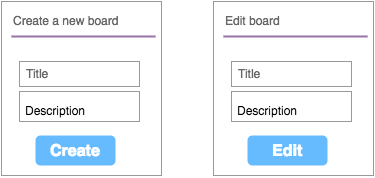
Above: docs/wireframes/05_create_edit_board.png in victorlin-houzz/fullstack-pinitt (draw.io), before the change. Source tidied: cells renumbered, new cells last; positions are measured from the earlier drawing's top-left corner, leaving out a move shared by most shapes.
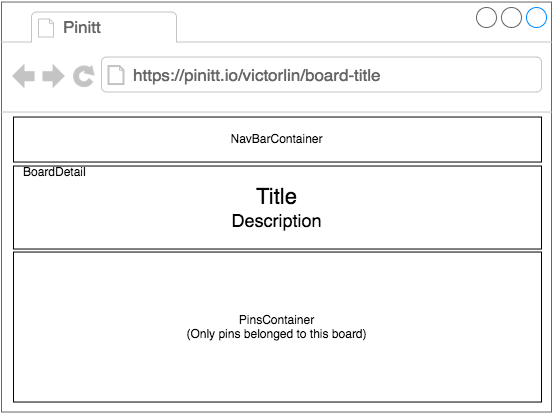
The same file after the commit.

Change to the diagram source:
```diff
@@ -2,123 +2,44 @@
   <root>
     <mxCell id="0" />
     <mxCell id="1" parent="0" />
-    <mxCell id="2" style="strokeWidth=1;shadow=0;dashed=0;align=center;html=1;shape=mxgraph.mockup.forms.rrect;rSize=0;strokeColor=#999999;fillColor=#ffffff;" parent="1" vertex="1">
-      <mxGeometry width="160" height="174" as="geometry" />
+    <mxCell id="2" style="strokeWidth=1;shadow=0;dashed=0;align=center;html=1;shape=mxgraph.mockup.containers.browserWindow;rSize=0;fillColor=#ffffff;strokeColor=#666666;mainText=,;" parent="1" vertex="1">
+      <mxGeometry x="-674" y="104.5" width="550" height="410" as="geometry" />
     </mxCell>
-    <mxCell id="3" style="strokeWidth=1;shadow=0;dashed=0;align=center;html=1;shape=mxgraph.mockup.forms.rrect;rSize=0;strokeColor=#999999;fontColor=#666666;align=left;spacingLeft=5;" parent="2" vertex="1">
-      <mxGeometry x="18" y="90" width="120" height="30" as="geometry">
-        <mxPoint x="18" y="60" as="offset" />
-      </mxGeometry>
+    <mxCell id="3" value="Pinitt" style="strokeWidth=1;shadow=0;dashed=0;align=center;html=1;shape=mxgraph.mockup.containers.anchor;fontSize=17;fontColor=#666666;align=left;" parent="2" vertex="1">
+      <mxGeometry x="60" y="12" width="110" height="26" as="geometry" />
     </mxCell>
-    <mxCell id="4" value="Create a new board" style="strokeWidth=1;shadow=0;dashed=0;align=center;html=1;shape=mxgraph.mockup.forms.anchor;fontSize=12;fontColor=#666666;align=left;spacingLeft=0;" parent="2" vertex="1">
-      <mxGeometry width="80" height="20" relative="1" as="geometry">
-        <mxPoint x="10" y="10" as="offset" />
-      </mxGeometry>
+    <mxCell id="4" value="https://pinitt.io/victorlin/board-title" style="strokeWidth=1;shadow=0;dashed=0;align=center;html=1;shape=mxgraph.mockup.containers.anchor;rSize=0;fontSize=17;fontColor=#666666;align=left;" parent="2" vertex="1">
+      <mxGeometry x="130" y="60" width="250" height="26" as="geometry" />
     </mxCell>
-    <mxCell id="5" style="shape=line;strokeWidth=2;html=1;plain-purple;" parent="2" vertex="1">
-      <mxGeometry width="144" height="10" relative="1" as="geometry">
-        <mxPoint x="10" y="30" as="offset" />
-      </mxGeometry>
+    <mxCell id="5" value="NavBarContainer" style="whiteSpace=wrap;html=1;" parent="2" vertex="1">
+      <mxGeometry x="12" y="115" width="528" height="45" as="geometry" />
     </mxCell>
-    <mxCell id="6" value="Title" style="strokeWidth=1;shadow=0;dashed=0;align=center;html=1;shape=mxgraph.mockup.forms.rrect;rSize=0;strokeColor=#999999;fontColor=#666666;align=left;spacingLeft=5;" parent="2" vertex="1">
-      <mxGeometry width="120" height="25" relative="1" as="geometry">
-        <mxPoint x="18" y="60" as="offset" />
-      </mxGeometry>
+    <mxCell id="6" value="PinsContainer&lt;div&gt;(Only pins belonged to this board)&lt;/div&gt;" style="whiteSpace=wrap;html=1;" parent="2" vertex="1">
+      <mxGeometry x="12" y="250" width="528" height="150" as="geometry" />
     </mxCell>
-    <mxCell id="7" value="Create" style="strokeWidth=1;shadow=0;dashed=0;align=center;html=1;shape=mxgraph.mockup.forms.rrect;rSize=5;strokeColor=none;fontColor=#ffffff;fillColor=#66bbff;fontSize=16;fontStyle=1;" parent="2" vertex="1">
-      <mxGeometry y="1" width="80" height="30" relative="1" as="geometry">
-        <mxPoint x="34" y="-40" as="offset" />
-      </mxGeometry>
+    <mxCell id="7" value="&lt;font style=&quot;font-size: 22px&quot;&gt;Title&lt;/font&gt;&lt;div&gt;&lt;font size=&quot;4&quot;&gt;Description&lt;/font&gt;&lt;/div&gt;" style="whiteSpace=wrap;html=1;" parent="2" vertex="1">
+      <mxGeometry x="12" y="164" width="528" height="83" as="geometry" />
     </mxCell>
-    <mxCell id="8" value="Description" style="text;html=1;" parent="2" vertex="1">
-      <mxGeometry x="22.3" y="95.9" width="103.8" height="18.6" as="geometry" />
+    <mxCell id="8" value="&lt;font color=&quot;#000000&quot;&gt;BoardDetail&lt;/font&gt;" style="text;html=1;align=left;verticalAlign=top;spacingTop=-4;fontColor=#FF0000;" parent="2" vertex="1">
+      <mxGeometry x="20" y="160.5" width="80" height="20" as="geometry" />
     </mxCell>
-    <mxCell id="9" style="strokeWidth=1;shadow=0;dashed=0;align=center;html=1;shape=mxgraph.mockup.forms.rrect;rSize=0;strokeColor=#999999;fontColor=#666666;align=left;spacingLeft=5;" parent="1" vertex="1">
-      <mxGeometry x="18" y="90" width="120" height="30" as="geometry">
-        <mxPoint x="18" y="60" as="offset" />
-      </mxGeometry>
+    <mxCell id="9" value="Pinitt" style="strokeWidth=1;shadow=0;dashed=0;align=center;html=1;shape=mxgraph.mockup.containers.anchor;fontSize=17;fontColor=#666666;align=left;" parent="1" vertex="1">
+      <mxGeometry x="-614" y="116.5" width="110" height="26" as="geometry" />
     </mxCell>
-    <mxCell id="10" value="Create a new board" style="strokeWidth=1;shadow=0;dashed=0;align=center;html=1;shape=mxgraph.mockup.forms.anchor;fontSize=12;fontColor=#666666;align=left;spacingLeft=0;" parent="1" vertex="1">
-      <mxGeometry x="10" y="10" width="80" height="20" as="geometry">
-        <mxPoint x="10" y="10" as="offset" />
-      </mxGeometry>
+    <mxCell id="10" value="https://pinitt.io/victorlin/board-title" style="strokeWidth=1;shadow=0;dashed=0;align=center;html=1;shape=mxgraph.mockup.containers.anchor;rSize=0;fontSize=17;fontColor=#666666;align=left;" parent="1" vertex="1">
+      <mxGeometry x="-544" y="164.5" width="250" height="26" as="geometry" />
     </mxCell>
-    <mxCell id="11" style="shape=line;strokeWidth=2;html=1;plain-purple;" parent="1" vertex="1">
-      <mxGeometry x="10" y="30" width="144" height="10" as="geometry">
-        <mxPoint x="10" y="30" as="offset" />
-      </mxGeometry>
+    <mxCell id="11" value="NavBarContainer" style="whiteSpace=wrap;html=1;" parent="1" vertex="1">
+      <mxGeometry x="-662" y="219.5" width="528" height="45" as="geometry" />
     </mxCell>
-    <mxCell id="12" value="Title" style="strokeWidth=1;shadow=0;dashed=0;align=center;html=1;shape=mxgraph.mockup.forms.rrect;rSize=0;strokeColor=#999999;fontColor=#666666;align=left;spacingLeft=5;" parent="1" vertex="1">
-      <mxGeometry x="18" y="60" width="120" height="25" as="geometry">
-        <mxPoint x="18" y="60" as="offset" />
-      </mxGeometry>
+    <mxCell id="12" value="PinsContainer&lt;div&gt;(Only pins belonged to this board)&lt;/div&gt;" style="whiteSpace=wrap;html=1;" parent="1" vertex="1">
+      <mxGeometry x="-662" y="354.5" width="528" height="150" as="geometry" />
     </mxCell>
-    <mxCell id="13" value="Create" style="strokeWidth=1;shadow=0;dashed=0;align=center;html=1;shape=mxgraph.mockup.forms.rrect;rSize=5;strokeColor=none;fontColor=#ffffff;fillColor=#66bbff;fontSize=16;fontStyle=1;" parent="1" vertex="1">
-      <mxGeometry x="34" y="134" width="80" height="30" as="geometry">
-        <mxPoint x="34" y="-40" as="offset" />
-      </mxGeometry>
+    <mxCell id="13" value="&lt;font style=&quot;font-size: 22px&quot;&gt;Title&lt;/font&gt;&lt;div&gt;&lt;font size=&quot;4&quot;&gt;Description&lt;/font&gt;&lt;/div&gt;" style="whiteSpace=wrap;html=1;" parent="1" vertex="1">
+      <mxGeometry x="-662" y="268.5" width="528" height="83" as="geometry" />
     </mxCell>
-    <mxCell id="14" value="Description" style="text;html=1;" parent="1" vertex="1">
-      <mxGeometry x="22.3" y="95.9" width="103.8" height="18.6" as="geometry" />
+    <mxCell id="14" value="&lt;font color=&quot;#000000&quot;&gt;BoardDetail&lt;/font&gt;" style="text;html=1;align=left;verticalAlign=top;spacingTop=-4;fontColor=#FF0000;" parent="1" vertex="1">
+      <mxGeometry x="-654" y="265" width="80" height="20" as="geometry" />
     </mxCell>
-    <mxCell id="15" style="strokeWidth=1;shadow=0;dashed=0;align=center;html=1;shape=mxgraph.mockup.forms.rrect;rSize=0;strokeColor=#999999;fillColor=#ffffff;" parent="1" vertex="1">
-      <mxGeometry x="212" width="160" height="174" as="geometry" />
-    </mxCell>
-    <mxCell id="16" style="strokeWidth=1;shadow=0;dashed=0;align=center;html=1;shape=mxgraph.mockup.forms.rrect;rSize=0;strokeColor=#999999;fontColor=#666666;align=left;spacingLeft=5;" parent="15" vertex="1">
-      <mxGeometry x="18" y="90" width="120" height="30" as="geometry">
-        <mxPoint x="18" y="60" as="offset" />
-      </mxGeometry>
-    </mxCell>
-    <mxCell id="17" value="Edit board" style="strokeWidth=1;shadow=0;dashed=0;align=center;html=1;shape=mxgraph.mockup.forms.anchor;fontSize=12;fontColor=#666666;align=left;spacingLeft=0;" parent="15" vertex="1">
-      <mxGeometry width="80" height="20" relative="1" as="geometry">
-        <mxPoint x="10" y="10" as="offset" />
-      </mxGeometry>
-    </mxCell>
-    <mxCell id="18" style="shape=line;strokeWidth=2;html=1;plain-purple;" parent="15" vertex="1">
-      <mxGeometry width="144" height="10" relative="1" as="geometry">
-        <mxPoint x="10" y="30" as="offset" />
-      </mxGeometry>
-    </mxCell>
-    <mxCell id="19" value="Title" style="strokeWidth=1;shadow=0;dashed=0;align=center;html=1;shape=mxgraph.mockup.forms.rrect;rSize=0;strokeColor=#999999;fontColor=#666666;align=left;spacingLeft=5;" parent="15" vertex="1">
-      <mxGeometry width="120" height="25" relative="1" as="geometry">
-        <mxPoint x="18" y="60" as="offset" />
-      </mxGeometry>
-    </mxCell>
-    <mxCell id="20" value="Edit" style="strokeWidth=1;shadow=0;dashed=0;align=center;html=1;shape=mxgraph.mockup.forms.rrect;rSize=5;strokeColor=none;fontColor=#ffffff;fillColor=#66bbff;fontSize=16;fontStyle=1;" parent="15" vertex="1">
-      <mxGeometry y="1" width="80" height="30" relative="1" as="geometry">
-        <mxPoint x="34" y="-40" as="offset" />
-      </mxGeometry>
-    </mxCell>
-    <mxCell id="21" value="Description" style="text;html=1;" parent="15" vertex="1">
-      <mxGeometry x="22.3" y="95.9" width="103.8" height="18.6" as="geometry" />
-    </mxCell>
-    <mxCell id="22" style="strokeWidth=1;shadow=0;dashed=0;align=center;html=1;shape=mxgraph.mockup.forms.rrect;rSize=0;strokeColor=#999999;fontColor=#666666;align=left;spacingLeft=5;" parent="1" vertex="1">
-      <mxGeometry x="230" y="90" width="120" height="30" as="geometry">
-        <mxPoint x="18" y="60" as="offset" />
-      </mxGeometry>
-    </mxCell>
-    <mxCell id="23" value="Edit board" style="strokeWidth=1;shadow=0;dashed=0;align=center;html=1;shape=mxgraph.mockup.forms.anchor;fontSize=12;fontColor=#666666;align=left;spacingLeft=0;" parent="1" vertex="1">
-      <mxGeometry x="222" y="10" width="80" height="20" as="geometry">
-        <mxPoint x="10" y="10" as="offset" />
-      </mxGeometry>
-    </mxCell>
-    <mxCell id="24" style="shape=line;strokeWidth=2;html=1;plain-purple;" parent="1" vertex="1">
-      <mxGeometry x="222" y="30" width="144" height="10" as="geometry">
-        <mxPoint x="10" y="30" as="offset" />
-      </mxGeometry>
-    </mxCell>
-    <mxCell id="25" value="Title" style="strokeWidth=1;shadow=0;dashed=0;align=center;html=1;shape=mxgraph.mockup.forms.rrect;rSize=0;strokeColor=#999999;fontColor=#666666;align=left;spacingLeft=5;" parent="1" vertex="1">
-      <mxGeometry x="230" y="60" width="120" height="25" as="geometry">
-        <mxPoint x="18" y="60" as="offset" />
-      </mxGeometry>
-    </mxCell>
-    <mxCell id="26" value="Edit" style="strokeWidth=1;shadow=0;dashed=0;align=center;html=1;shape=mxgraph.mockup.forms.rrect;rSize=5;strokeColor=none;fontColor=#ffffff;fillColor=#66bbff;fontSize=16;fontStyle=1;" parent="1" vertex="1">
-      <mxGeometry x="246" y="134" width="80" height="30" as="geometry">
-        <mxPoint x="34" y="-40" as="offset" />
-      </mxGeometry>
-    </mxCell>
-    <mxCell id="27" value="Description" style="text;html=1;" parent="1" vertex="1">
-      <mxGeometry x="234.3" y="95.9" width="103.8" height="18.6" as="geometry" />
-    </mxCell>
   </root>
 </mxGraphModel>
```
